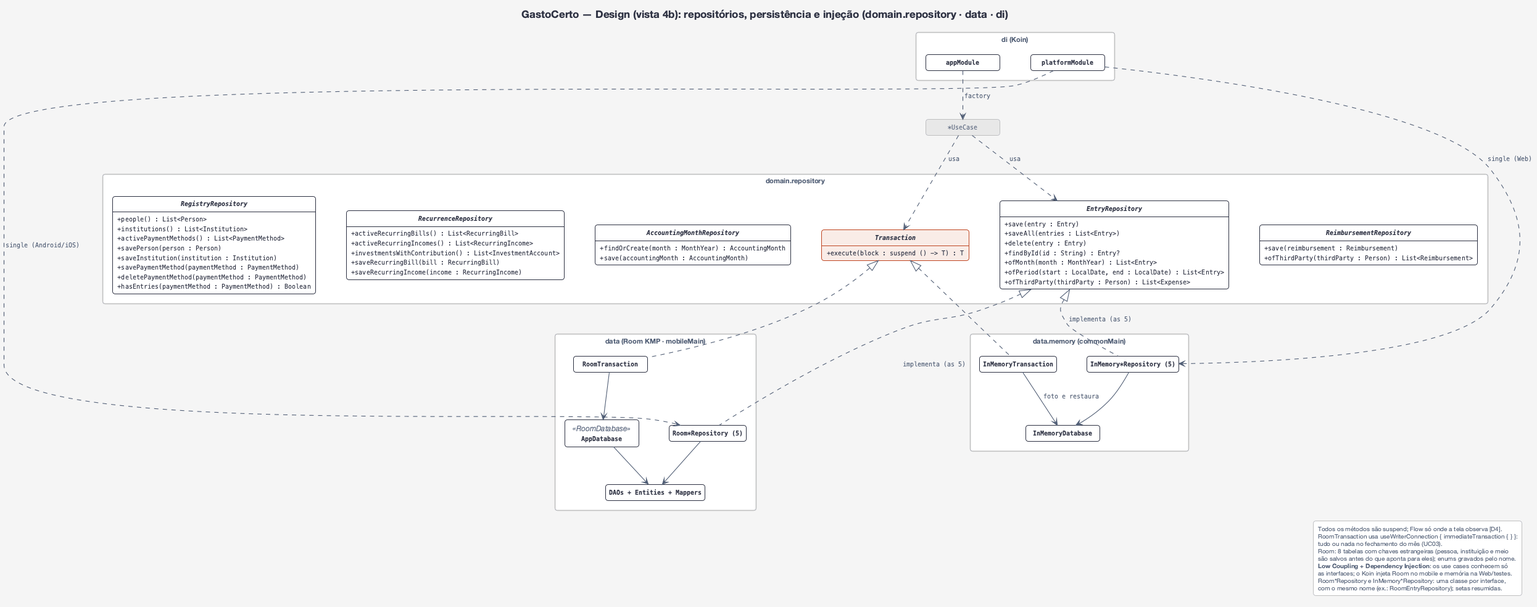
The PlantUML diagram docs/uml/design-4b-persistencia.png in gabrielfbarbosa/gasto-certo, before a commit.
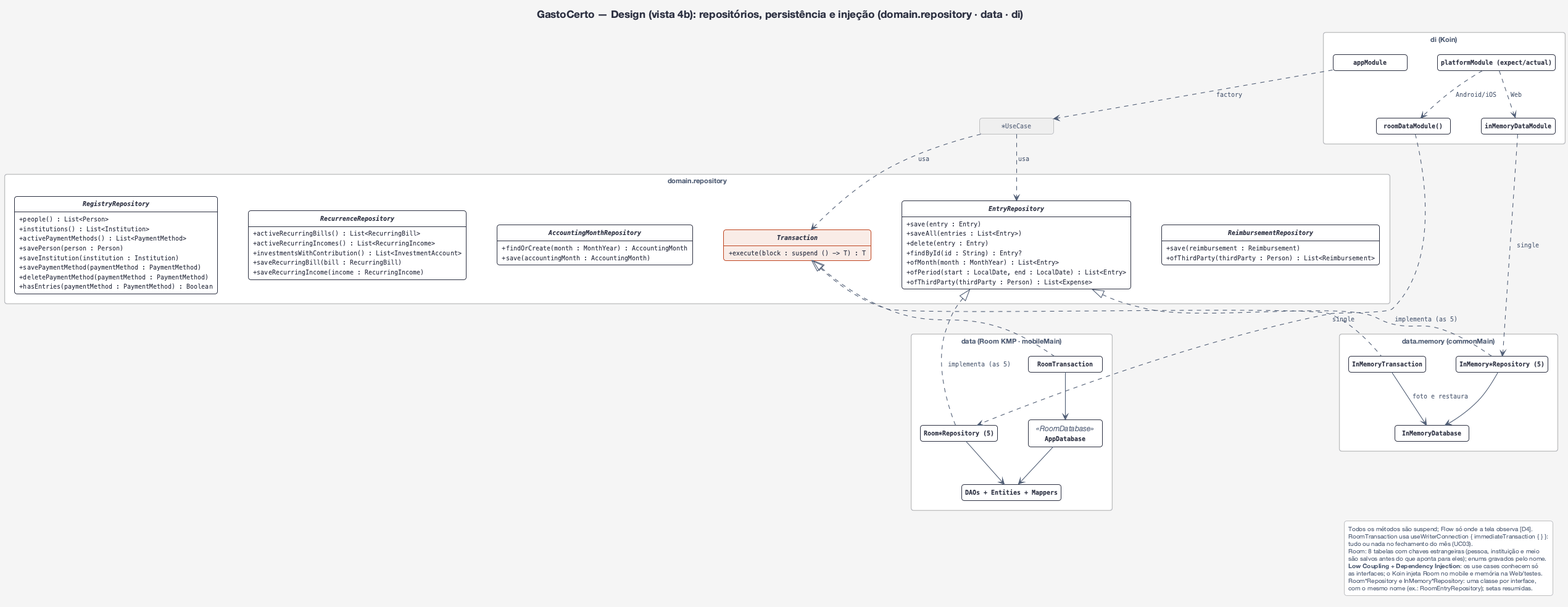
Above is the later version.

Diff of the diagram source:
```diff
@@ -60,15 +60,19 @@
 }
 package "di (Koin)" {
   class appModule
-  class platformModule
+  class "platformModule (expect/actual)" as platformModule
+  class "roomDataModule()" as roomModule
+  class inMemoryDataModule
 }
 class "*UseCase" as UseCases <<ref>>
 
 UseCases .down.> EntryRepository : usa
 UseCases .down.> Transaction : usa
 appModule .down.> UseCases : factory
-platformModule .down.> RoomRepos : single (Android/iOS)
-platformModule .down.> MemRepos : single (Web)
+platformModule .down.> roomModule : Android/iOS
+platformModule .down.> inMemoryDataModule : Web
+roomModule .down.> RoomRepos : single
+inMemoryDataModule .down.> MemRepos : single
 RoomRepos .up.|> EntryRepository : implementa (as 5)
 RoomTransaction .up.|> Transaction
 MemRepos .up.|> EntryRepository : implementa (as 5)
```
